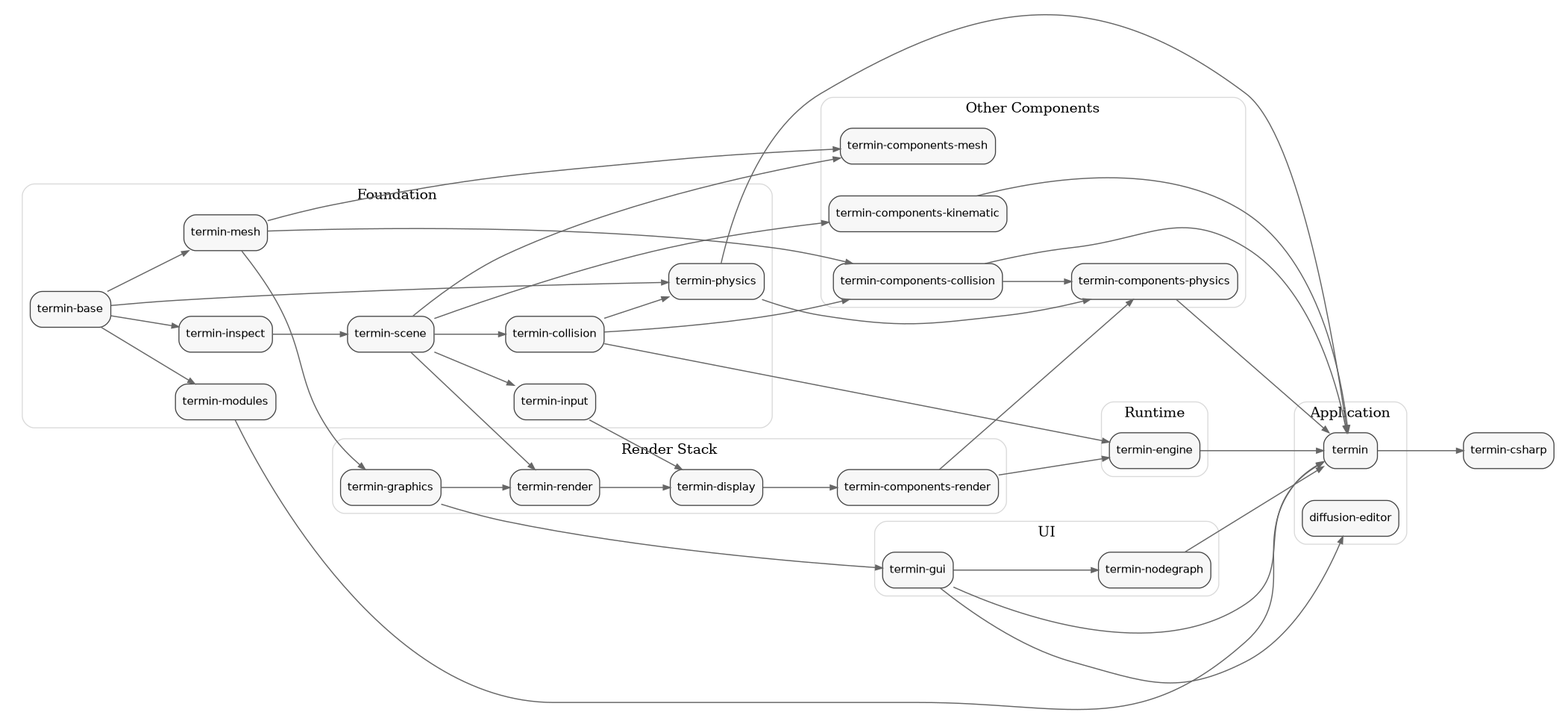
Before: docs/library-dependencies.png, a diagram exported from Graphviz (mirmik/termin). Its source is kept beside it as docs/library-dependencies.dot. The source it was exported from:
```dot
digraph termin_dependencies {
	graph [bgcolor=white,
		nodesep=0.45,
		overlap=false,
		pad=0.2,
		rankdir=LR,
		ranksep=0.9,
		splines=true
	];
	node [color="#444444",
		fillcolor="#f7f7f7",
		fontname="DejaVu Sans",
		fontsize=11,
		margin="0.10,0.06",
		shape=box,
		style="rounded,filled"
	];
	edge [arrowsize=0.7,
		color="#666666",
		penwidth=1.1
	];
	subgraph cluster_foundation {
		graph [color="#d9d9d9",
			label=Foundation,
			style=rounded
		];
		"termin-base";
		"termin-mesh";
		"termin-inspect";
		"termin-scene";
		"termin-input";
		"termin-modules";
		"termin-collision";
		"termin-physics";
	}
	subgraph cluster_render {
		graph [color="#d9d9d9",
			label="Render Stack",
			style=rounded
		];
		"termin-graphics";
		"termin-render";
		"termin-display";
		"termin-components-render";
	}
	subgraph cluster_components {
		graph [color="#d9d9d9",
			label="Other Components",
			style=rounded
		];
		"termin-components-collision";
		"termin-components-physics";
		"termin-components-mesh";
		"termin-components-kinematic";
	}
	subgraph cluster_runtime {
		graph [color="#d9d9d9",
			label=Runtime,
			style=rounded
		];
		"termin-engine";
	}
	subgraph cluster_ui {
		graph [color="#d9d9d9",
			label=UI,
			style=rounded
		];
		"termin-gui";
		"termin-nodegraph";
	}
	subgraph cluster_application {
		graph [color="#d9d9d9",
			label=Application,
			style=rounded
		];
		termin;
		"diffusion-editor";
	}
	"termin-csharp";
	"termin-base" -> "termin-mesh";
	"termin-base" -> "termin-inspect";
	"termin-base" -> "termin-modules";
	"termin-base" -> "termin-physics";
	"termin-mesh" -> "termin-graphics";
	"termin-mesh" -> "termin-components-collision";
	"termin-mesh" -> "termin-components-mesh";
	"termin-inspect" -> "termin-scene";
	"termin-scene" -> "termin-input";
	"termin-scene" -> "termin-collision";
	"termin-scene" -> "termin-render";
	"termin-scene" -> "termin-components-mesh";
	"termin-scene" -> "termin-components-kinematic";
	"termin-input" -> "termin-display";
	"termin-collision" -> "termin-engine";
	"termin-collision" -> "termin-components-collision";
	"termin-collision" -> "termin-physics";
	"termin-graphics" -> "termin-render";
	"termin-graphics" -> "termin-gui";
	"termin-render" -> "termin-display";
	"termin-display" -> "termin-components-render";
	"termin-physics" -> "termin-components-physics";
	"termin-components-collision" -> "termin-components-physics";
	"termin-components-render" -> "termin-components-physics";
	"termin-components-render" -> "termin-engine";
	"termin-components-collision" -> termin;
	"termin-components-kinematic" -> termin;
	"termin-components-physics" -> termin;
	"termin-physics" -> termin;
	"termin-modules" -> termin;
	"termin-engine" -> termin;
	"termin-gui" -> termin;
	"termin-nodegraph" -> termin;
	termin -> "termin-csharp";
	"termin-gui" -> "termin-nodegraph";
	"termin-gui" -> "diffusion-editor";
}
```
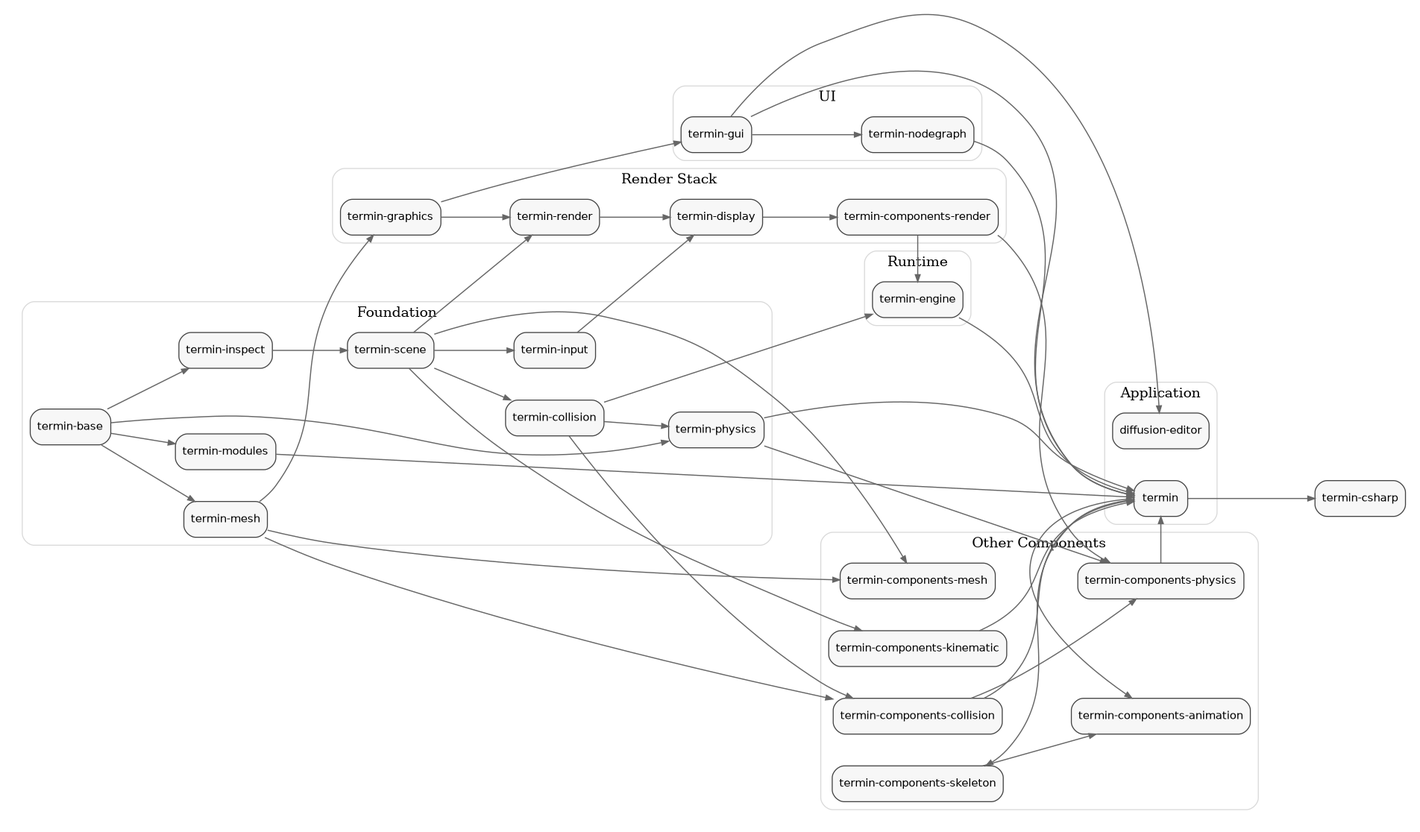
After the commit.

Diff of the diagram source:
```diff
@@ -49,6 +49,8 @@
 			style=rounded
 		];
 		"termin-components-collision";
+		"termin-components-skeleton";
+		"termin-components-animation";
 		"termin-components-physics";
 		"termin-components-mesh";
 		"termin-components-kinematic";
@@ -101,6 +103,9 @@
 	"termin-physics" -> "termin-components-physics";
 	"termin-components-collision" -> "termin-components-physics";
 	"termin-components-render" -> "termin-components-physics";
+	termin -> "termin-components-skeleton";
+	termin -> "termin-components-animation";
+	"termin-components-skeleton" -> "termin-components-animation";
 	"termin-components-render" -> "termin-engine";
 	"termin-components-collision" -> termin;
 	"termin-components-kinematic" -> termin;
```
